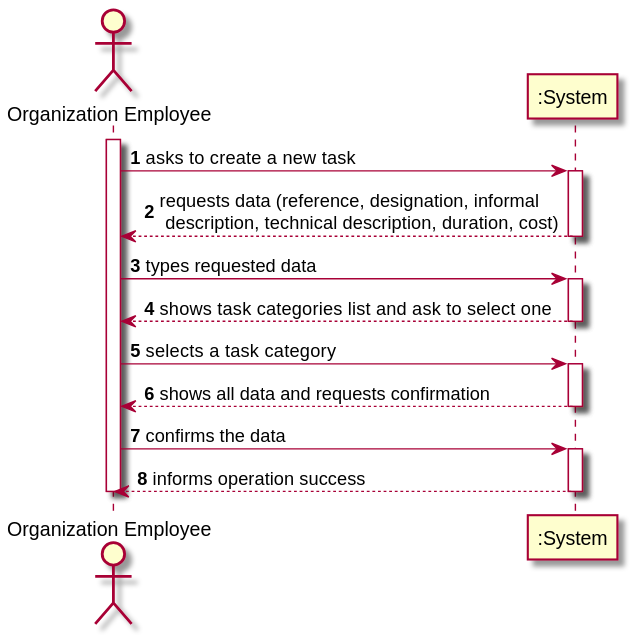
Earlier version of the PlantUML export docs/SprintB/US12/SSD/US12_SSD.svg (miseEnPlace-i/lapr2). The source it was exported from:
```plantuml
@startuml
autonumber
actor "Organization Employee" as OE

activate OE
OE -> ":System" : asks to create a new task
activate ":System"
":System" --> OE : requests data (reference, designation,  informal \n description, technical description, duration, cost)
deactivate ":System"

OE -> ":System" : types requested data
activate ":System"
":System" --> OE : shows task categories list and ask to select one
deactivate ":System"

OE -> ":System" : selects a task category
activate ":System"
":System" --> OE : shows all data and requests confirmation
deactivate ":System"

OE -> ":System" : confirms the data
activate ":System"
":System" --> OE : informs operation success
deactivate ":System"

deactivate OE

@enduml
```
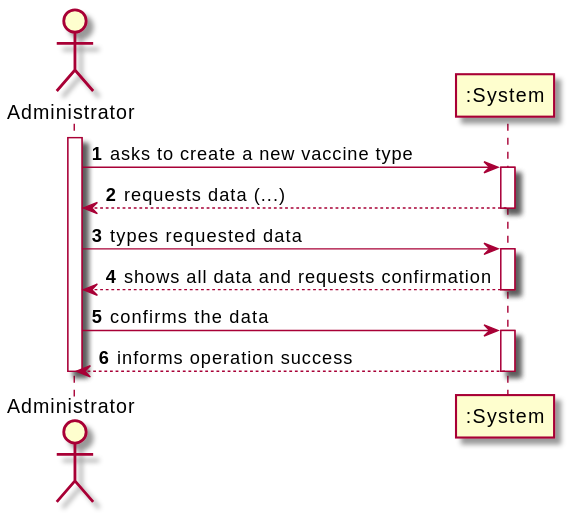
The same diagram one commit later.

Commit message:
docs(US12): started US12 description

The edit, as a diff of the source:
```diff
@@ -1,28 +1,23 @@
 @startuml
 autonumber
-actor "Organization Employee" as OE
+actor "Administrator" as Admin
 
-activate OE
-OE -> ":System" : asks to create a new task
+activate Admin
+Admin -> ":System" : asks to create a new vaccine type
 activate ":System"
-":System" --> OE : requests data (reference, designation,  informal \n description, technical description, duration, cost)
+":System" --> Admin : requests data (...)
 deactivate ":System"
 
-OE -> ":System" : types requested data
+Admin -> ":System" : types requested data
 activate ":System"
-":System" --> OE : shows task categories list and ask to select one
+":System" --> Admin : shows all data and requests confirmation
 deactivate ":System"
 
-OE -> ":System" : selects a task category
+Admin -> ":System" : confirms the data
 activate ":System"
-":System" --> OE : shows all data and requests confirmation
+":System" --> Admin : informs operation success
 deactivate ":System"
 
-OE -> ":System" : confirms the data
-activate ":System"
-":System" --> OE : informs operation success
-deactivate ":System"
-
-deactivate OE
+deactivate Admin
 
 @enduml
```
